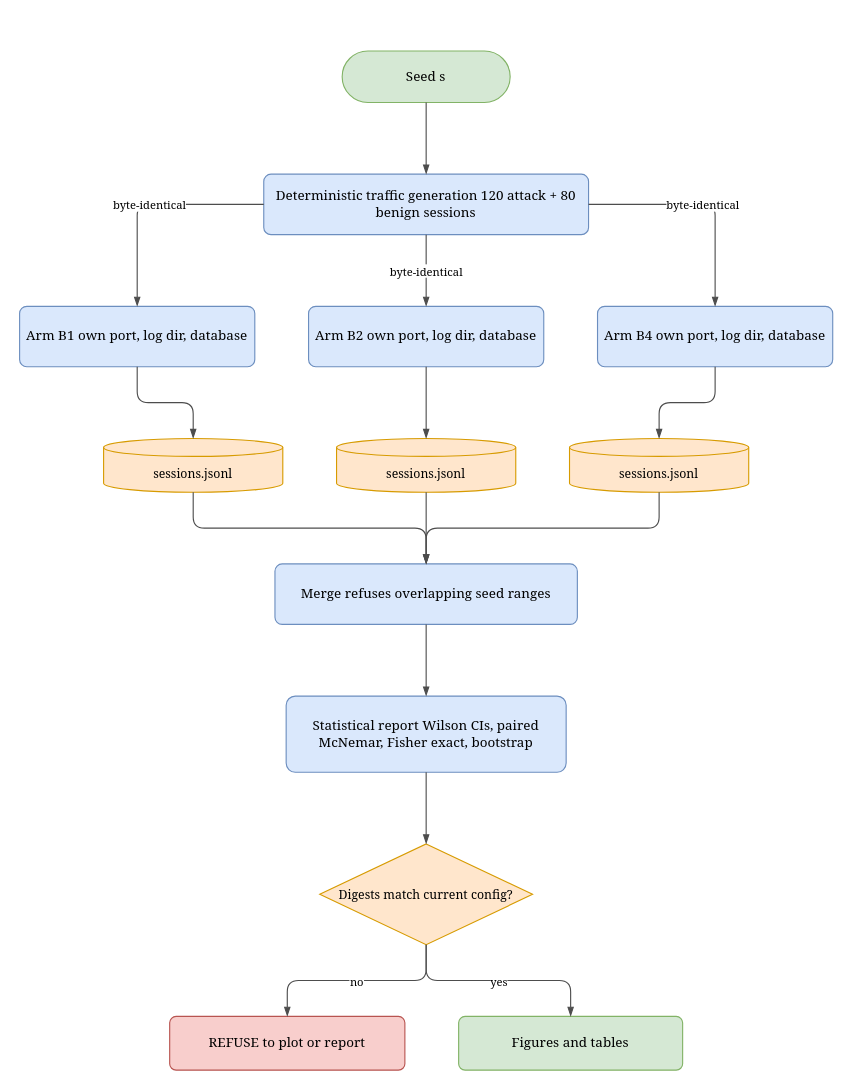
This is writing/diagrams/drawio/fig20-evaluation-harness.drawio from parthkansal823/FinalYearProject-Deception, a draw.io file, before an edit. Source tidied: cells renumbered, new cells numbered last; positions are measured from the earlier drawing's top-left corner, leaving out a move shared by most shapes. Both pictures are drawn from the tidied source at 112%, with x=0, y=0 at pixel (19, 50).
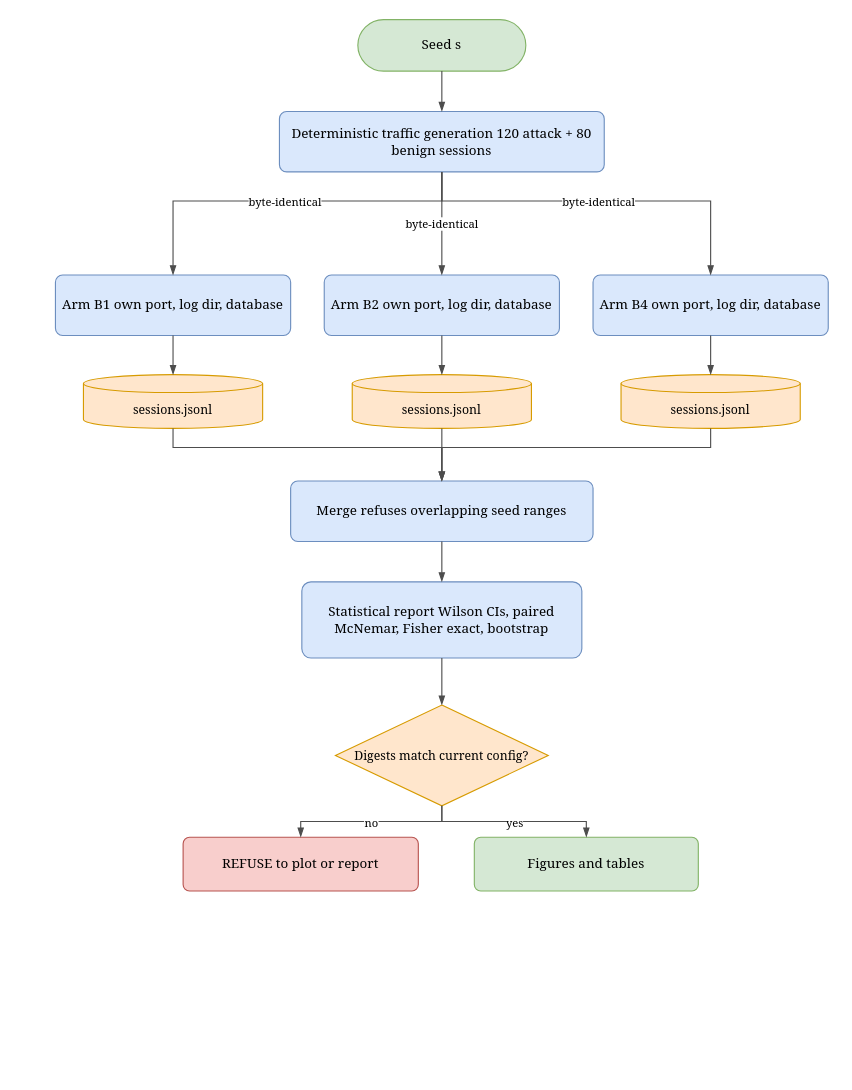
Above is the later version.

Change to the diagram source:
```diff
@@
     <mxCell id="2" value="Seed s" style="rounded=1;whiteSpace=wrap;html=1;fontFamily=Georgia;fontSize=12;arcSize=50;fillColor=#d5e8d4;strokeColor=#82b366;" parent="1" vertex="1">
-      <mxGeometry x="288" width="150" height="46" as="geometry" />
+      <mxGeometry x="302" y="-28" width="150" height="46" as="geometry" />
     </mxCell>
     <mxCell id="3" value="Deterministic traffic generation 120 attack + 80 benign sessions" style="rounded=1;whiteSpace=wrap;html=1;fontFamily=Georgia;fontSize=12;arcSize=12;fillColor=#dae8fc;strokeColor=#6c8ebf;" parent="1" vertex="1">
-      <mxGeometry x="218" y="110" width="290" height="54" as="geometry" />
+      <mxGeometry x="232" y="54" width="290" height="54" as="geometry" />
     </mxCell>
     <mxCell id="4" value="Arm B1 own port, log dir, database" style="rounded=1;whiteSpace=wrap;html=1;fontFamily=Georgia;fontSize=12;arcSize=12;fillColor=#dae8fc;strokeColor=#6c8ebf;" parent="1" vertex="1">
-      <mxGeometry y="228" width="210" height="54" as="geometry" />
+      <mxGeometry x="32" y="200" width="210" height="54" as="geometry" />
     </mxCell>
     <mxCell id="5" value="Arm B2 own port, log dir, database" style="rounded=1;whiteSpace=wrap;html=1;fontFamily=Georgia;fontSize=12;arcSize=12;fillColor=#dae8fc;strokeColor=#6c8ebf;" parent="1" vertex="1">
-      <mxGeometry x="258" y="228" width="210" height="54" as="geometry" />
+      <mxGeometry x="272" y="200" width="210" height="54" as="geometry" />
     </mxCell>
     <mxCell id="6" value="Arm B4 own port, log dir, database" style="rounded=1;whiteSpace=wrap;html=1;fontFamily=Georgia;fontSize=12;arcSize=12;fillColor=#dae8fc;strokeColor=#6c8ebf;" parent="1" vertex="1">
-      <mxGeometry x="516" y="228" width="210" height="54" as="geometry" />
+      <mxGeometry x="512" y="200" width="210" height="54" as="geometry" />
     </mxCell>
     <mxCell id="7" value="sessions.jsonl" style="shape=cylinder3;boundedLbl=1;backgroundOutline=1;size=8;whiteSpace=wrap;html=1;fontFamily=Georgia;fontSize=11;fillColor=#ffe6cc;strokeColor=#d79b00;" parent="1" vertex="1">
-      <mxGeometry x="75" y="346" width="160" height="48" as="geometry" />
+      <mxGeometry x="57" y="289" width="160" height="48" as="geometry" />
     </mxCell>
     <mxCell id="8" value="sessions.jsonl" style="shape=cylinder3;boundedLbl=1;backgroundOutline=1;size=8;whiteSpace=wrap;html=1;fontFamily=Georgia;fontSize=11;fillColor=#ffe6cc;strokeColor=#d79b00;" parent="1" vertex="1">
-      <mxGeometry x="283" y="346" width="160" height="48" as="geometry" />
+      <mxGeometry x="297" y="289" width="160" height="48" as="geometry" />
     </mxCell>
     <mxCell id="9" value="sessions.jsonl" style="shape=cylinder3;boundedLbl=1;backgroundOutline=1;size=8;whiteSpace=wrap;html=1;fontFamily=Georgia;fontSize=11;fillColor=#ffe6cc;strokeColor=#d79b00;" parent="1" vertex="1">
-      <mxGeometry x="491" y="346" width="160" height="48" as="geometry" />
+      <mxGeometry x="537" y="289" width="160" height="48" as="geometry" />
     </mxCell>
     <mxCell id="10" value="Merge refuses overlapping seed ranges" style="rounded=1;whiteSpace=wrap;html=1;fontFamily=Georgia;fontSize=12;arcSize=12;fillColor=#dae8fc;strokeColor=#6c8ebf;" parent="1" vertex="1">
-      <mxGeometry x="228" y="458" width="270" height="54" as="geometry" />
+      <mxGeometry x="242" y="384" width="270" height="54" as="geometry" />
     </mxCell>
     <mxCell id="11" value="Statistical report Wilson CIs, paired McNemar, Fisher exact, bootstrap" style="rounded=1;whiteSpace=wrap;html=1;fontFamily=Georgia;fontSize=12;arcSize=12;fillColor=#dae8fc;strokeColor=#6c8ebf;" parent="1" vertex="1">
-      <mxGeometry x="238" y="576" width="250" height="68" as="geometry" />
+      <mxGeometry x="252" y="474" width="250" height="68" as="geometry" />
     </mxCell>
     <mxCell id="12" value="Digests match current config?" style="rhombus;whiteSpace=wrap;html=1;fontFamily=Georgia;fontSize=11;fillColor=#ffe6cc;strokeColor=#d79b00;" parent="1" vertex="1">
-      <mxGeometry x="268" y="708" width="190" height="90" as="geometry" />
+      <mxGeometry x="282" y="584" width="190" height="90" as="geometry" />
     </mxCell>
     <mxCell id="13" value="REFUSE to plot or report" style="rounded=1;whiteSpace=wrap;html=1;fontFamily=Georgia;fontSize=12;arcSize=12;fillColor=#f8cecc;strokeColor=#b85450;" parent="1" vertex="1">
-      <mxGeometry x="134" y="862" width="210" height="48" as="geometry" />
+      <mxGeometry x="146" y="702" width="210" height="48" as="geometry" />
     </mxCell>
     <mxCell id="14" value="Figures and tables" style="rounded=1;whiteSpace=wrap;html=1;fontFamily=Georgia;fontSize=12;arcSize=12;fillColor=#d5e8d4;strokeColor=#82b366;" parent="1" vertex="1">
-      <mxGeometry x="392" y="862" width="200" height="48" as="geometry" />
+      <mxGeometry x="406" y="702" width="200" height="48" as="geometry" />
     </mxCell>
@@
-    <mxCell id="16" value="byte-identical" style="edgeStyle=orthogonalEdgeStyle;rounded=1;html=1;jumpStyle=arc;jumpSize=8;fontFamily=Georgia;fontSize=10;strokeColor=#4d4d4d;endArrow=blockThin;endFill=1;labelBackgroundColor=#ffffff;" parent="1" edge="1" source="3" target="4">
-      <mxGeometry relative="1" as="geometry" />
+    <mxCell id="16" value="byte-identical" style="edgeStyle=orthogonalEdgeStyle;rounded=0;html=1;jumpStyle=arc;jumpSize=8;fontFamily=Georgia;fontSize=10;strokeColor=#4d4d4d;endArrow=blockThin;endFill=1;labelBackgroundColor=#ffffff;exitX=0.5;exitY=1;exitDx=0;exitDy=0;curved=0;entryX=0.5;entryY=0;entryDx=0;entryDy=0;" parent="1" edge="1" source="3" target="4">
+      <mxGeometry relative="1" as="geometry">
+        <Array as="points">
+          <mxPoint x="377" y="134" />
+          <mxPoint x="137" y="134" />
+        </Array>
+      </mxGeometry>
     </mxCell>
@@
-    <mxCell id="18" value="byte-identical" style="edgeStyle=orthogonalEdgeStyle;rounded=1;html=1;jumpStyle=arc;jumpSize=8;fontFamily=Georgia;fontSize=10;strokeColor=#4d4d4d;endArrow=blockThin;endFill=1;labelBackgroundColor=#ffffff;" parent="1" edge="1" source="3" target="6">
-      <mxGeometry relative="1" as="geometry" />
+    <mxCell id="18" value="byte-identical" style="edgeStyle=orthogonalEdgeStyle;rounded=0;html=1;jumpStyle=arc;jumpSize=8;fontFamily=Georgia;fontSize=10;strokeColor=#4d4d4d;endArrow=blockThin;endFill=1;labelBackgroundColor=#ffffff;exitX=0.5;exitY=1;exitDx=0;exitDy=0;curved=0;entryX=0.5;entryY=0;entryDx=0;entryDy=0;" parent="1" edge="1" source="3" target="6">
+      <mxGeometry relative="1" as="geometry">
+        <Array as="points">
+          <mxPoint x="377" y="134" />
+          <mxPoint x="617" y="134" />
+        </Array>
+      </mxGeometry>
     </mxCell>
@@
-    <mxCell id="22" style="edgeStyle=orthogonalEdgeStyle;rounded=1;html=1;jumpStyle=arc;jumpSize=8;fontFamily=Georgia;fontSize=10;strokeColor=#4d4d4d;endArrow=blockThin;endFill=1;labelBackgroundColor=#ffffff;" parent="1" edge="1" source="7" target="10">
-      <mxGeometry relative="1" as="geometry" />
+    <mxCell id="22" style="edgeStyle=orthogonalEdgeStyle;rounded=0;html=1;jumpStyle=arc;jumpSize=8;fontFamily=Georgia;fontSize=10;strokeColor=#4d4d4d;endArrow=blockThin;endFill=1;labelBackgroundColor=#ffffff;curved=0;" parent="1" edge="1" source="7" target="10">
+      <mxGeometry relative="1" as="geometry">
+        <Array as="points">
+          <mxPoint x="137" y="354" />
+          <mxPoint x="377" y="354" />
+        </Array>
+      </mxGeometry>
     </mxCell>
@@
-    <mxCell id="24" style="edgeStyle=orthogonalEdgeStyle;rounded=1;html=1;jumpStyle=arc;jumpSize=8;fontFamily=Georgia;fontSize=10;strokeColor=#4d4d4d;endArrow=blockThin;endFill=1;labelBackgroundColor=#ffffff;" parent="1" edge="1" source="9" target="10">
-      <mxGeometry relative="1" as="geometry" />
+    <mxCell id="24" style="edgeStyle=orthogonalEdgeStyle;rounded=0;html=1;jumpStyle=arc;jumpSize=8;fontFamily=Georgia;fontSize=10;strokeColor=#4d4d4d;endArrow=blockThin;endFill=1;labelBackgroundColor=#ffffff;curved=0;" parent="1" edge="1" source="9" target="10">
+      <mxGeometry relative="1" as="geometry">
+        <Array as="points">
+          <mxPoint x="617" y="354" />
+          <mxPoint x="377" y="354" />
+        </Array>
+      </mxGeometry>
     </mxCell>
@@
-    <mxCell id="27" value="no" style="edgeStyle=orthogonalEdgeStyle;rounded=1;html=1;jumpStyle=arc;jumpSize=8;fontFamily=Georgia;fontSize=10;strokeColor=#4d4d4d;endArrow=blockThin;endFill=1;labelBackgroundColor=#ffffff;" parent="1" edge="1" source="12" target="13">
+    <mxCell id="27" value="no" style="edgeStyle=orthogonalEdgeStyle;rounded=0;html=1;jumpStyle=arc;jumpSize=8;fontFamily=Georgia;fontSize=10;strokeColor=#4d4d4d;endArrow=blockThin;endFill=1;labelBackgroundColor=#ffffff;curved=0;" parent="1" edge="1" source="12" target="13">
       <mxGeometry relative="1" as="geometry" />
     </mxCell>
-    <mxCell id="28" value="yes" style="edgeStyle=orthogonalEdgeStyle;rounded=1;html=1;jumpStyle=arc;jumpSize=8;fontFamily=Georgia;fontSize=10;strokeColor=#4d4d4d;endArrow=blockThin;endFill=1;labelBackgroundColor=#ffffff;" parent="1" edge="1" source="12" target="14">
+    <mxCell id="28" value="yes" style="edgeStyle=orthogonalEdgeStyle;rounded=0;html=1;jumpStyle=arc;jumpSize=8;fontFamily=Georgia;fontSize=10;strokeColor=#4d4d4d;endArrow=blockThin;endFill=1;labelBackgroundColor=#ffffff;curved=0;" parent="1" edge="1" source="12" target="14">
       <mxGeometry relative="1" as="geometry" />
     </mxCell>
```
